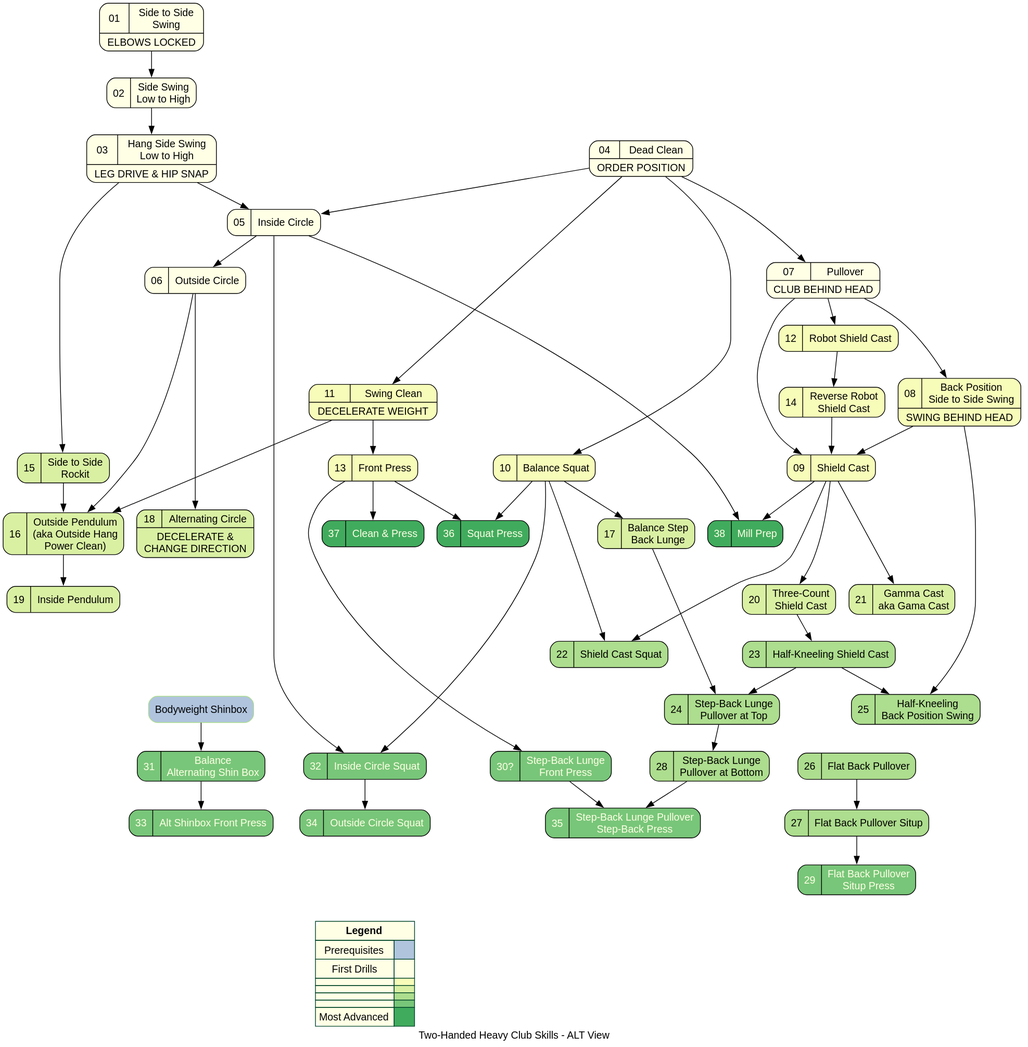
This is dist/hc_2h_progression_ALT.svg from dznz/wildman-skill-trees, a PlantUML export, as it was before one commit. Its source is kept beside it as src/hc/hc_2h_progression_ALT.puml. Source of this version:
```plantuml
@startdot
digraph HC2H {
  // Two-Handed Heavy Club Skills - ALT Progression Diagram © 2023
  // by dznz using knowledge from Mark Wildman is licensed
  // under CC BY-NC-SA 4.0
  // http://creativecommons.org/licenses/by-nc-sa/4.0/
  label="Two-Handed Heavy Club Skills - ALT View"
  fontname="Helvetica,Arial,sans-serif"
  node [colorscheme="ylgn9"]
  node [fontname="Helvetica,Arial,sans-serif"]
  node [shape=record,style="rounded,filled"]
  edge [fontname="Helvetica,Arial,sans-serif"]
  node [color=2, fillcolor=1];

  subgraph "preAndPost" {
    node [color=4, fillcolor=LightSteelBlue]
    pre_shinbox [label="Bodyweight Shinbox"]
  }

  // Heavy Club Sequence

  subgraph "1-7" {
    node [color=11, fillcolor=1]
    mov_01_sidetoside         [label="{{01|Side to Side\nSwing}|ELBOWS LOCKED}"                   URL="https://www.youtube.com/watch?v=LMau5vr7qx4&list=PLk4oYPJ7TXKiueHS7UMPv-DxNMK6UELds"]
    mov_02_sideswinglowtohigh [label="{{02|Side Swing\nLow to High}}"                             URL="https://www.youtube.com/watch?v=NoZCHTlmrCg&list=PLk4oYPJ7TXKiueHS7UMPv-DxNMK6UELds&index=2"]
    mov_03_hangsidelowtohigh  [label="{{03|Hang Side Swing\nLow to High}|LEG DRIVE & HIP SNAP}"   URL="https://www.youtube.com/watch?v=RD1zOWaTjhQ&list=PLk4oYPJ7TXKiueHS7UMPv-DxNMK6UELds&index=3"]
    mov_04_deadclean          [label="{{04|Dead Clean}|ORDER POSITION}"                                          URL="https://www.youtube.com/watch?v=69RGME9RTcY&list=PLk4oYPJ7TXKiueHS7UMPv-DxNMK6UELds&index=4"]
    mov_05_insidecircle       [label="{{05|Inside Circle}}"                                       URL="https://www.youtube.com/watch?v=Mh6iWcLbE3k&list=PLk4oYPJ7TXKiueHS7UMPv-DxNMK6UELds&index=5"];
    mov_06_outsidecircle      [label="{{06|Outside Circle}}"                                      URL="https://www.youtube.com/watch?v=QzMzCal-MYM&list=PLk4oYPJ7TXKiueHS7UMPv-DxNMK6UELds&index=6"];
    mov_07_pullover           [label="{{07|Pullover}|CLUB BEHIND HEAD}"                           URL="https://www.youtube.com/watch?v=jpIn1Sumg78&list=PLk4oYPJ7TXKiueHS7UMPv-DxNMK6UELds&index=7"]
  }
  subgraph "8-14" {
    node [color=11, fillcolor=2]
    mov_08_backpossidetoside  [label="{{08|Back Position\nSide to Side Swing}|SWING BEHIND HEAD}" URL="https://www.youtube.com/watch?v=GKwGiB2UwyM&list=PLk4oYPJ7TXKiueHS7UMPv-DxNMK6UELds&index=8"]
    mov_09_sc                 [label="{{09|Shield Cast}}"                                         URL="https://www.youtube.com/watch?v=W-iHvrjn72k&list=PLk4oYPJ7TXKiueHS7UMPv-DxNMK6UELds&index=9"];
    mov_10_squat              [label="{{10|Balance Squat}}"                                       URL="https://www.youtube.com/watch?v=LSXticZ67Pw&list=PLk4oYPJ7TXKiueHS7UMPv-DxNMK6UELds&index=11"]
    mov_11_swingclean         [label="{{11|Swing Clean}|DECELERATE WEIGHT}"                       URL="https://www.youtube.com/watch?v=0oRuCQOkPRo&list=PLk4oYPJ7TXKiueHS7UMPv-DxNMK6UELds&index=12"]
    mov_12_robotsc            [label="{{12|Robot Shield Cast}}"                                   URL="https://www.youtube.com/watch?v=LDGi_lmzGR8&list=PLk4oYPJ7TXKiueHS7UMPv-DxNMK6UELds&index=13"];
    mov_13_frontpress         [label="{{13|Front Press}}"                                         URL="https://www.youtube.com/watch?v=HBRWtm3tTp4&list=PLk4oYPJ7TXKiueHS7UMPv-DxNMK6UELds&index=15"]
    mov_14_revrobotsc         [label="{{14|Reverse Robot\nShield Cast}}"                          URL="https://www.youtube.com/watch?v=Fun_Lscq5go&list=PLk4oYPJ7TXKiueHS7UMPv-DxNMK6UELds&index=23"];
  }
  subgraph "15-21" {
    node [color=11, fillcolor=3]
    mov_15_rockit             [label="{{15|Side to Side\nRockit}}"                                URL="https://www.youtube.com/watch?v=4gvF-gARAIs&list=PLk4oYPJ7TXKiueHS7UMPv-DxNMK6UELds&index=24"]
    mov_16_outpend            [label="{{16|Outside Pendulum\n(aka Outside Hang\nPower Clean)}}"   URL="https://www.youtube.com/watch?v=SRNTrFvHgz0&list=PLk4oYPJ7TXKiueHS7UMPv-DxNMK6UELds&index=25"]
    mov_17_stepbacklunge      [label="{{17|Balance Step\nBack Lunge}}"                            URL="https://www.youtube.com/watch?v=dNrYT5iU7BQ&list=PLk4oYPJ7TXKiueHS7UMPv-DxNMK6UELds&index=26"]
    mov_18_altcircle          [label="{{18|Alternating Circle}|DECELERATE &\nCHANGE DIRECTION}"   URL="https://www.youtube.com/watch?v=ukkrHxGTGtI&list=PLk4oYPJ7TXKiueHS7UMPv-DxNMK6UELds&index=31"]
    mov_19_inpend             [label="{{19|Inside Pendulum}}"                                     URL="https://www.youtube.com/watch?v=pV0Hh335Csg&list=PLk4oYPJ7TXKiueHS7UMPv-DxNMK6UELds&index=34"]
    mov_20_3csc               [label="{{20|Three-Count\nShield Cast}}"                            URL="https://www.youtube.com/watch?v=ABQij0Zpt0U&list=PLk4oYPJ7TXKiueHS7UMPv-DxNMK6UELds&index=35"];
    mov_21_gama               [label="{{21|Gamma Cast\naka Gama Cast}}"                           URL="https://www.youtube.com/watch?v=yHIEZN0Nl_U&list=PLk4oYPJ7TXKiueHS7UMPv-DxNMK6UELds&index=39"];
  }
  subgraph "22-28" {
    node [color=11, fillcolor=4]
    mov_22_scsquat            [label="{{22|Shield Cast Squat}}"                                   URL="https://www.youtube.com/watch?v=yHIEZN0Nl_U&list=PLk4oYPJ7TXKiueHS7UMPv-DxNMK6UELds&index=41"];
    mov_23_kneelsc            [label="{{23|Half-Kneeling Shield Cast}}"                           URL="https://www.youtube.com/watch?v=yHIEZN0Nl_U&list=PLk4oYPJ7TXKiueHS7UMPv-DxNMK6UELds&index=42"];
    mov_24_sblungepull        [label="{{24|Step-Back Lunge\nPullover at Top}}"                    URL="https://www.youtube.com/watch?v=yHIEZN0Nl_U&list=PLk4oYPJ7TXKiueHS7UMPv-DxNMK6UELds&index=44"];
    mov_25_kneelbackswing     [label="{{25|Half-Kneeling\nBack Position Swing}}"                  URL="https://www.youtube.com/watch?v=XH_HFWZQt4c"]
    mov_26_fbpull             [label="{{26|Flat Back Pullover}}"                                  URL="https://www.youtube.com/watch?v=yHIEZN0Nl_U&list=PLk4oYPJ7TXKiueHS7UMPv-DxNMK6UELds&index=45"];
    mov_27_fbpullsit          [label="{{27|Flat Back Pullover Situp}}"                            URL="https://www.youtube.com/watch?v=Ii2WZgl5mHA"]
    mov_28_sblungepullbot     [label="{{28|Step-Back Lunge\nPullover at Bottom}}"                 URL="https://www.youtube.com/watch?v=UpY9zHuTZds"]
  }
  subgraph "29-35" {
    node [color=11, fillcolor=5]
    node [fontcolor=1]
    mov_29_fbpullsitpress     [label="{{29|Flat Back Pullover\nSitup Press}}"                     URL="https://www.youtube.com/watch?v=8VL8tvinc28"]
    // Missing 30, could be step-back front press
    mov_30_sbfrontpress       [label="{{30?|Step-Back Lunge\nFront Press}}"]
    mov_31_altshinbox         [label="{{31|Balance\nAlternating Shin Box}}"                       URL="https://www.youtube.com/watch?v=jogIwgDj0KM"]
    mov_32_incirclesquat      [label="{{32|Inside Circle Squat}}"                                 URL="https://www.youtube.com/watch?v=icFHo5ufhUc"]
    mov_33_altshinboxfrpress  [label="{{33|Alt Shinbox Front Press}}"                             URL="https://www.youtube.com/watch?v=D2AJzIVufeY&list=PLk4oYPJ7TXKiueHS7UMPv-DxNMK6UELds&index=47"];
    mov_34_outcirclesquat     [label="{{34|Outside Circle Squat}}"                                URL="https://www.youtube.com/watch?v=z916C16iK54&list=PLk4oYPJ7TXKiueHS7UMPv-DxNMK6UELds&index=49"]
    mov_35_sblungepullsbpress [label="{{35|Step-Back Lunge Pullover\nStep-Back Press}}"           URL="https://www.youtube.com/watch?v=1cXPBXfKNhU"]
  }
  subgraph "36-42" {
    node [color=11, fillcolor=6]
    node [fontcolor=1]
    mov_36_squatpress         [label="{{36|Squat Press}}"                                         URL="https://www.youtube.com/watch?v=6p1niExqXSA"]
    mov_37_cap                [label="{{37|Clean & Press}}"                                       URL="https://www.youtube.com/watch?v=6kpEYglMJ1c"]
    mov_38_millprep           [label="{{38|Mill Prep}}"                                           URL="https://www.youtube.com/watch?v=G_OXuFs2bRs"]

  }

  // Prerequisite skills
  pre_shinbox -> mov_31_altshinbox;

  // Between clusters

  mov_05_insidecircle -> mov_32_incirclesquat;
  mov_13_frontpress -> mov_36_squatpress;
  mov_13_frontpress -> mov_30_sbfrontpress;
  mov_03_hangsidelowtohigh -> mov_05_insidecircle;
  mov_04_deadclean -> mov_07_pullover;
  mov_04_deadclean -> mov_10_squat;
  mov_11_swingclean -> mov_16_outpend;
  mov_06_outsidecircle -> mov_16_outpend;
  mov_10_squat -> mov_17_stepbacklunge;
  mov_05_insidecircle -> mov_38_millprep;
  mov_09_sc -> mov_38_millprep;
  mov_09_sc -> mov_22_scsquat;
  mov_04_deadclean -> mov_05_insidecircle;
  mov_08_backpossidetoside -> mov_25_kneelbackswing;
  mov_20_3csc -> mov_23_kneelsc

subgraph custer_sideswing {
  label="Sideswing"
  mov_01_sidetoside -> mov_02_sideswinglowtohigh;
  mov_02_sideswinglowtohigh -> mov_03_hangsidelowtohigh;
}

subgraph custer_circles {
  label="Circles"
  mov_05_insidecircle -> mov_06_outsidecircle;
  mov_06_outsidecircle -> mov_18_altcircle;
}

subgraph custer_cap {
  label="Clean & Press"
  mov_04_deadclean -> mov_11_swingclean;
  mov_11_swingclean -> mov_13_frontpress;
  mov_13_frontpress -> mov_37_cap;
}


subgraph custer_sideswing2 {
  label="Sideswing 2"
  mov_03_hangsidelowtohigh -> mov_15_rockit
  mov_15_rockit -> mov_16_outpend;
  mov_16_outpend -> mov_19_inpend;
}

subgraph custer_sc {
  label="Shield Cast"
  mov_07_pullover -> mov_12_robotsc;
  mov_07_pullover -> mov_09_sc;
  mov_08_backpossidetoside -> mov_09_sc;
  mov_07_pullover -> mov_08_backpossidetoside;
  mov_12_robotsc -> mov_14_revrobotsc;
  mov_14_revrobotsc -> mov_09_sc;
  mov_09_sc -> mov_20_3csc;
  mov_09_sc -> mov_21_gama;
}

subgraph custer_squat {
  label="Squats"
  mov_32_incirclesquat -> mov_34_outcirclesquat;
  mov_10_squat -> mov_22_scsquat;
  mov_10_squat -> mov_32_incirclesquat;
  mov_10_squat -> mov_36_squatpress;
}

subgraph custer_lunge {
  label="Lunge"
  mov_23_kneelsc -> mov_25_kneelbackswing
  mov_23_kneelsc -> mov_24_sblungepull;
  mov_30_sbfrontpress -> mov_35_sblungepullsbpress;
  mov_17_stepbacklunge -> mov_24_sblungepull;
  mov_24_sblungepull -> mov_28_sblungepullbot;
  mov_28_sblungepullbot -> mov_35_sblungepullsbpress;
}

subgraph custer_getup {
  label="Getup"
  mov_26_fbpull -> mov_27_fbpullsit;
  mov_27_fbpullsit -> mov_29_fbpullsitpress;
  mov_31_altshinbox -> mov_33_altshinboxfrpress;
}

// LAYOUT HACKS

  {
    node [style=invis]
    edge [style=invis]

    mov_34_outcirclesquat -> lay_endsquat
    lay_startlunge -> mov_17_stepbacklunge;
    mov_clockwork -> lay_endcore;
    lay_startss2 -> mov_15_rockit;
  }

  { rank=same; mov_06_outsidecircle; mov_07_pullover}
  { rank=same; mov_10_squat; mov_09_sc}
  { rank=same; mov_15_rockit; mov_13_frontpress}
  { rank=same; mov_17_stepbacklunge; mov_18_altcircle; mov_16_outpend}
  { rank=same; mov_19_inpend; mov_20_3csc; mov_21_gama; }
  { rank=same; mov_22_scsquat; mov_23_kneelsc}
  { rank=same; mov_26_fbpull; mov_31_altshinbox}
  { rank=same; mov_28_sblungepullbot; mov_30_sbfrontpress; mov_32_incirclesquat;}
  { rank=same;  mov_34_outcirclesquat; mov_35_sblungepullsbpress; }
  { rank=same; mov_36_squatpress; mov_37_cap; mov_38_millprep}

// END LAYOUT HACKS


// LEGEND

  { rank = sink;
    Legend [shape=none, margin=0, label=<
    <TABLE BORDER="0" CELLBORDER="1" CELLSPACING="0" CELLPADDING="4" COLOR="9">
     <TR>
      <TD COLSPAN="2"><B>Legend</B></TD>
     </TR>
     <TR>
      <TD>Prerequisites</TD>
      <TD BGCOLOR="LightSteelBlue"></TD>
     </TR>
     <TR>
      <TD>First Drills</TD>
      <TD BGCOLOR="1"></TD>
     </TR>
     <TR>
      <TD></TD>
      <TD BGCOLOR="2"></TD>
     </TR>
     <TR>
      <TD></TD>
      <TD BGCOLOR="3"></TD>
     </TR>
     <TR>
      <TD></TD>
      <TD BGCOLOR="4"></TD>
     </TR>
     <TR>
      <TD></TD>
      <TD BGCOLOR="5"></TD>
     </TR>
     <TR>
      <TD>Most Advanced</TD>
      <TD BGCOLOR="6">&nbsp;&nbsp;&nbsp;&nbsp;&nbsp;</TD>
     </TR>
    </TABLE>
   >];
  }
}
@enddot
```
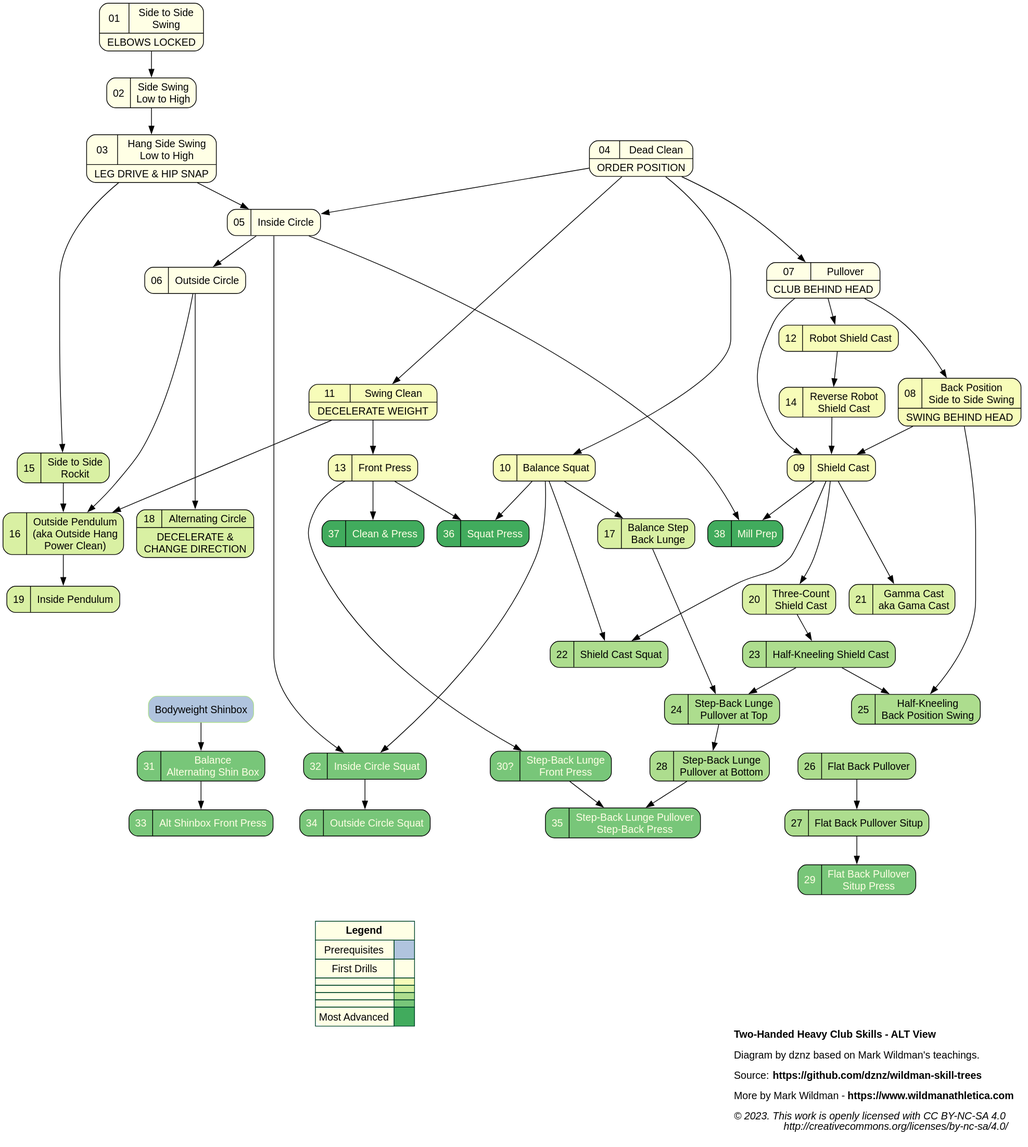
After the commit.

Commit message:
docs(hc_2h_progression): Title with license

Diff of the diagram source:
```diff
@@ -1,11 +1,19 @@
 @startdot
 digraph HC2H {
-  // Two-Handed Heavy Club Skills - ALT Progression Diagram © 2023
-  // by dznz using knowledge from Mark Wildman is licensed
-  // under CC BY-NC-SA 4.0
-  // http://creativecommons.org/licenses/by-nc-sa/4.0/
-  label="Two-Handed Heavy Club Skills - ALT View"
-  fontname="Helvetica,Arial,sans-serif"
+
+  label=<
+<B>Two-Handed Heavy Club Skills - ALT View</B><BR ALIGN="LEFT"/><BR ALIGN="LEFT"/>
+Diagram by dznz based on Mark Wildman's teachings.<BR ALIGN="LEFT"/><BR ALIGN="LEFT"/>
+Source: <B>https://github.com/dznz/wildman-skill-trees</B><BR ALIGN="LEFT"/><BR ALIGN="LEFT"/>
+More by Mark Wildman - <B>https://www.wildmanathletica.com</B><BR ALIGN="LEFT"/><BR ALIGN="LEFT"/>
+<I>
+© 2023. This work is openly licensed with CC BY-NC-SA 4.0<BR ALIGN="RIGHT"/>
+http://creativecommons.org/licenses/by-nc-sa/4.0/<BR ALIGN="RIGHT"/>
+</I>
+  >
+  graph [labeljust=r]
+  graph [fontname="Helvetica,Arial,sans-serif"]
+
   node [colorscheme="ylgn9"]
   node [fontname="Helvetica,Arial,sans-serif"]
   node [shape=record,style="rounded,filled"]
```
